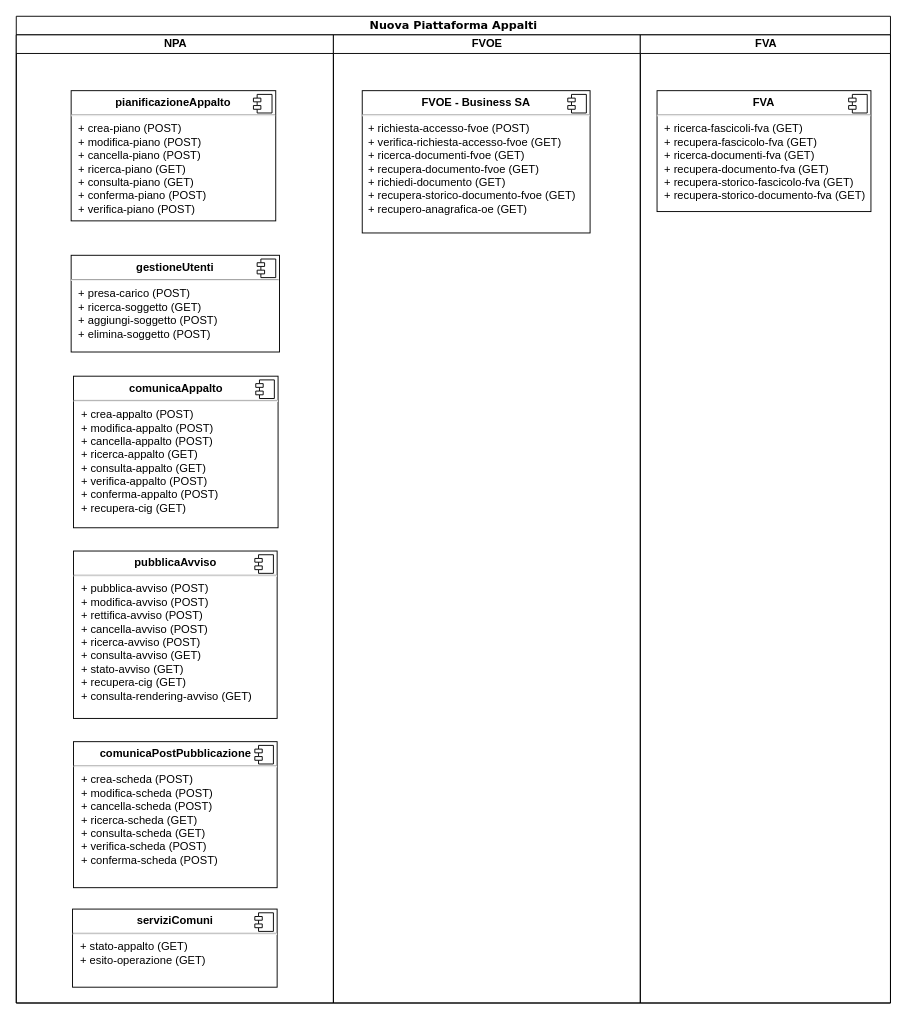
anticorruzione/npa keeps this draw.io diagram as docs/diagrammi-drawio/diagramma-contesto.drawio. Above is the earlier version. Source tidied: cells renumbered, new cells numbered last; positions are measured from the earlier drawing's top-left corner, leaving out a move shared by most shapes. Both pictures are drawn from the tidied source at 93%, with x=0, y=0 at pixel (16, 16).
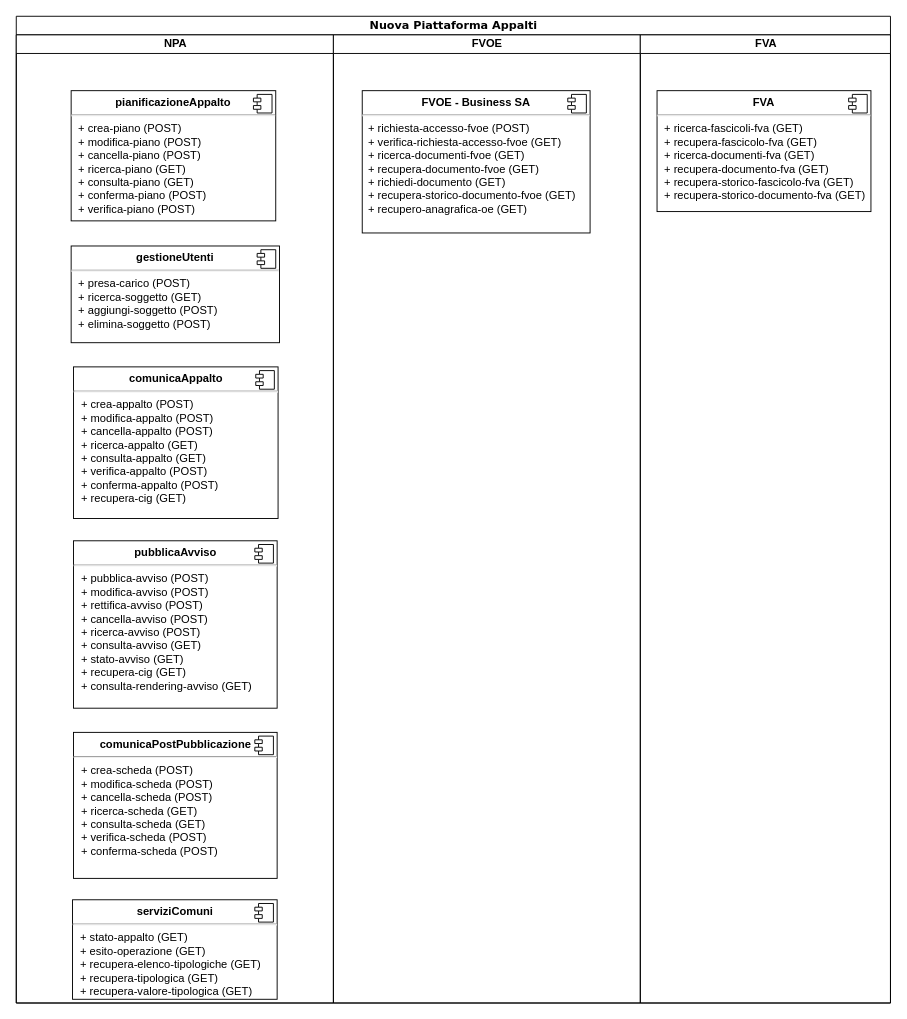
The same page after the edit.

The change refers to these unchanged cells:
```xml
<mxCell id="3" value="NPA" style="swimlane;html=1;startSize=20;strokeColor=#000000;" parent="2" vertex="1">
  <mxGeometry y="20" width="341" height="1041" as="geometry" />
</mxCell>
```

Change to the diagram source:
```diff
@@
     <mxCell id="4" value="&lt;p style=&quot;margin:0px;margin-top:6px;text-align:center;&quot;&gt;&lt;b&gt;comunicaAppalto&lt;/b&gt;&lt;/p&gt;&lt;hr&gt;&lt;p style=&quot;margin:0px;margin-left:8px;&quot;&gt;+ crea-appalto (POST)&lt;/p&gt;&lt;p style=&quot;margin:0px;margin-left:8px;&quot;&gt;+ modifica-appalto (POST)&lt;/p&gt;&lt;p style=&quot;margin:0px;margin-left:8px;&quot;&gt;+ cancella-appalto (POST)&lt;/p&gt;&lt;p style=&quot;margin:0px;margin-left:8px;&quot;&gt;+ ricerca-appalto (GET)&lt;br&gt;+ consulta-appalto (GET)&lt;/p&gt;&lt;p style=&quot;margin:0px;margin-left:8px;&quot;&gt;+ verifica-appalto (POST)&lt;/p&gt;&lt;p style=&quot;margin: 0px 0px 0px 8px;&quot;&gt;+ conferma-appalto (POST)&lt;/p&gt;&lt;p style=&quot;margin: 0px 0px 0px 8px;&quot;&gt;+ recupera-cig (GET)&lt;/p&gt;&lt;p style=&quot;margin:0px;margin-left:8px;&quot;&gt;&lt;br&gt;&lt;/p&gt;" style="align=left;overflow=fill;html=1;" parent="3" vertex="1">
-      <mxGeometry x="61.5" y="367" width="220" height="163" as="geometry" />
+      <mxGeometry x="61.5" y="357" width="220" height="163" as="geometry" />
     </mxCell>
@@
     <mxCell id="6" value="&lt;p style=&quot;margin:0px;margin-top:6px;text-align:center;&quot;&gt;&lt;b&gt;comunicaPostPubblicazione&lt;/b&gt;&lt;/p&gt;&lt;hr&gt;&lt;p style=&quot;border-color: var(--border-color); margin: 0px 0px 0px 8px;&quot;&gt;+ crea-scheda (POST)&lt;/p&gt;&lt;p style=&quot;border-color: var(--border-color); margin: 0px 0px 0px 8px;&quot;&gt;+ modifica-scheda (POST)&lt;/p&gt;&lt;p style=&quot;border-color: var(--border-color); margin: 0px 0px 0px 8px;&quot;&gt;+ cancella-scheda (POST)&lt;/p&gt;&lt;p style=&quot;border-color: var(--border-color); margin: 0px 0px 0px 8px;&quot;&gt;+ ricerca-scheda (GET)&lt;br style=&quot;border-color: var(--border-color);&quot;&gt;+ consulta-scheda (GET)&lt;/p&gt;&lt;p style=&quot;border-color: var(--border-color); margin: 0px 0px 0px 8px;&quot;&gt;&lt;span style=&quot;background-color: initial;&quot;&gt;+ verifica-scheda (POST)&lt;/span&gt;&lt;br&gt;&lt;/p&gt;&lt;p style=&quot;border-color: var(--border-color); margin: 0px 0px 0px 8px;&quot;&gt;+ conferma-scheda (POST)&lt;/p&gt;&lt;p style=&quot;border-color: var(--border-color); margin: 0px 0px 0px 8px;&quot;&gt;&lt;br&gt;&lt;/p&gt;" style="align=left;overflow=fill;html=1;" parent="3" vertex="1">
-      <mxGeometry x="61.5" y="760" width="219" height="157" as="geometry" />
+      <mxGeometry x="61.5" y="750" width="219" height="157" as="geometry" />
     </mxCell>
@@
     <mxCell id="10" value="&lt;p style=&quot;margin:0px;margin-top:6px;text-align:center;&quot;&gt;&lt;b&gt;pubblicaAvviso&lt;/b&gt;&lt;/p&gt;&lt;hr&gt;&lt;p style=&quot;border-color: var(--border-color); margin: 0px 0px 0px 8px;&quot;&gt;&lt;span style=&quot;background-color: initial;&quot;&gt;+ pubblica-avviso (POST)&lt;/span&gt;&lt;/p&gt;&lt;p style=&quot;border-color: var(--border-color); margin: 0px 0px 0px 8px;&quot;&gt;&lt;font style=&quot;border-color: var(--border-color); background-color: rgb(255, 255, 255);&quot;&gt;+ modifica-avviso (POST)&lt;/font&gt;&lt;/p&gt;&lt;p style=&quot;border-color: var(--border-color); margin: 0px 0px 0px 8px;&quot;&gt;&lt;font style=&quot;border-color: var(--border-color); background-color: rgb(255, 255, 255);&quot;&gt;+ rettifica-avviso (POST)&lt;/font&gt;&lt;/p&gt;&lt;p style=&quot;border-color: var(--border-color); margin: 0px 0px 0px 8px;&quot;&gt;&lt;font style=&quot;border-color: var(--border-color); background-color: rgb(255, 255, 255);&quot;&gt;+ cancella-avviso (POST)&lt;/font&gt;&lt;/p&gt;&lt;p style=&quot;border-color: var(--border-color); margin: 0px 0px 0px 8px;&quot;&gt;+ ricerca-avviso (POST)&lt;br style=&quot;border-color: var(--border-color);&quot;&gt;&lt;/p&gt;&lt;p style=&quot;border-color: var(--border-color); margin: 0px 0px 0px 8px;&quot;&gt;+ consulta-avviso (GET)&lt;/p&gt;&lt;p style=&quot;border-color: var(--border-color); margin: 0px 0px 0px 8px;&quot;&gt;+ stato-avviso (GET)&lt;/p&gt;&lt;p style=&quot;border-color: var(--border-color); margin: 0px 0px 0px 8px;&quot;&gt;+ recupera-cig (GET)&lt;br&gt;&lt;/p&gt;&lt;p style=&quot;border-color: var(--border-color); margin: 0px 0px 0px 8px;&quot;&gt;+ consulta-rendering-avviso (GET)&lt;/p&gt;" style="align=left;overflow=fill;html=1;" parent="3" vertex="1">
-      <mxGeometry x="61.5" y="555" width="219" height="180" as="geometry" />
+      <mxGeometry x="61.5" y="544" width="219" height="180" as="geometry" />
     </mxCell>
@@
-    <mxCell id="12" value="&lt;p style=&quot;margin:0px;margin-top:6px;text-align:center;&quot;&gt;&lt;b&gt;serviziComuni&lt;/b&gt;&lt;/p&gt;&lt;hr&gt;&lt;p style=&quot;border-color: var(--border-color); margin: 0px 0px 0px 8px;&quot;&gt;&lt;span style=&quot;background-color: initial;&quot;&gt;+ stato-appalto (GET)&lt;/span&gt;&lt;br&gt;&lt;/p&gt;&lt;p style=&quot;border-color: var(--border-color); margin: 0px 0px 0px 8px;&quot;&gt;+ esito-operazione (GET)&lt;/p&gt;&lt;p style=&quot;border-color: var(--border-color); margin: 0px 0px 0px 8px;&quot;&gt;&lt;br&gt;&lt;/p&gt;&lt;p style=&quot;border-color: var(--border-color); margin: 0px 0px 0px 8px;&quot;&gt;&lt;br&gt;&lt;/p&gt;&lt;p style=&quot;border-color: var(--border-color); margin: 0px 0px 0px 8px;&quot;&gt;&lt;br style=&quot;border-color: var(--border-color);&quot;&gt;&lt;/p&gt;" style="align=left;overflow=fill;html=1;" parent="3" vertex="1">
-      <mxGeometry x="60.5" y="940" width="220" height="84" as="geometry" />
+    <mxCell id="12" value="&lt;p style=&quot;margin:0px;margin-top:6px;text-align:center;&quot;&gt;&lt;b&gt;serviziComuni&lt;/b&gt;&lt;/p&gt;&lt;hr&gt;&lt;p style=&quot;border-color: var(--border-color); margin: 0px 0px 0px 8px;&quot;&gt;&lt;span style=&quot;background-color: initial;&quot;&gt;+ stato-appalto (GET)&lt;/span&gt;&lt;br&gt;&lt;/p&gt;&lt;p style=&quot;border-color: var(--border-color); margin: 0px 0px 0px 8px;&quot;&gt;+ esito-operazione (GET)&lt;/p&gt;&lt;p style=&quot;border-color: var(--border-color); margin: 0px 0px 0px 8px;&quot;&gt;+ recupera-elenco-tipologiche (GET)&lt;/p&gt;&lt;p style=&quot;border-color: var(--border-color); margin: 0px 0px 0px 8px;&quot;&gt;+ recupera-tipologica (GET)&lt;br&gt;&lt;/p&gt;&lt;p style=&quot;border-color: var(--border-color); margin: 0px 0px 0px 8px;&quot;&gt;+ recupera-valore-tipologica (GET)&lt;br&gt;&lt;/p&gt;&lt;p style=&quot;border-color: var(--border-color); margin: 0px 0px 0px 8px;&quot;&gt;&lt;br style=&quot;border-color: var(--border-color);&quot;&gt;&lt;/p&gt;" style="align=left;overflow=fill;html=1;" parent="3" vertex="1">
+      <mxGeometry x="60.5" y="930" width="220" height="107" as="geometry" />
     </mxCell>
@@
     <mxCell id="14" value="&lt;p style=&quot;margin:0px;margin-top:6px;text-align:center;&quot;&gt;&lt;b&gt;gestioneUtenti&lt;/b&gt;&lt;br&gt;&lt;/p&gt;&lt;hr&gt;&lt;p style=&quot;border-color: var(--border-color); margin: 0px 0px 0px 8px;&quot;&gt;&lt;span style=&quot;background-color: initial;&quot;&gt;+ presa-carico (POST)&lt;/span&gt;&lt;br&gt;&lt;/p&gt;&lt;p style=&quot;border-color: var(--border-color); margin: 0px 0px 0px 8px;&quot;&gt;+ ricerca-soggetto (GET)&lt;/p&gt;&lt;p style=&quot;border-color: var(--border-color); margin: 0px 0px 0px 8px;&quot;&gt;+&amp;nbsp;aggiungi-soggetto (POST)&lt;/p&gt;&lt;p style=&quot;border-color: var(--border-color); margin: 0px 0px 0px 8px;&quot;&gt;+ elimina-soggetto (&lt;span style=&quot;background-color: initial;&quot;&gt;POST)&lt;/span&gt;&lt;/p&gt;&lt;p style=&quot;border-color: var(--border-color); margin: 0px 0px 0px 8px;&quot;&gt;&lt;br style=&quot;border-color: var(--border-color);&quot;&gt;&lt;/p&gt;" style="align=left;overflow=fill;html=1;" parent="3" vertex="1">
-      <mxGeometry x="59" y="237" width="224" height="104" as="geometry" />
+      <mxGeometry x="59" y="227" width="224" height="104" as="geometry" />
     </mxCell>
```
